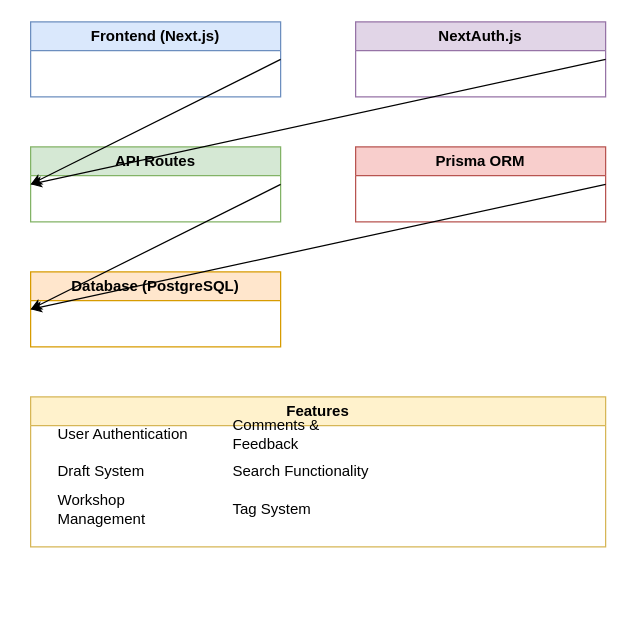
Earlier version of the draw.io diagram docs/architecture.drawio (mooncakeSG/The-Poetry-Network). Source tidied: cells renumbered, new cells numbered last; positions are measured from the earlier drawing's top-left corner, leaving out a move shared by most shapes. Both pictures are drawn from the tidied source at 125%, with x=0, y=0 at pixel (30, 21).
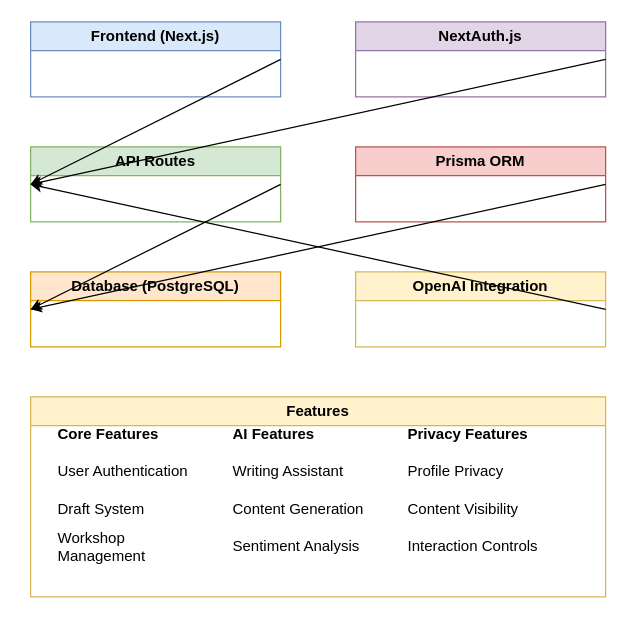
After the change.

Commit message:
docs: Update architecture diagram with AI features and privacy settings

The change refers to these unchanged cells:
```xml
<mxCell id="3" value="API Routes" style="swimlane;whiteSpace=wrap;html=1;fillColor=#d5e8d4;strokeColor=#82b366;" parent="1" vertex="1">
  <mxGeometry y="100" width="200" height="60" as="geometry" />
</mxCell>
```

What changed in the source:
```diff
@@
+    <mxCell id="18" value="OpenAI Integration" style="swimlane;whiteSpace=wrap;html=1;fillColor=#fff2cc;strokeColor=#d6b656;" parent="1" vertex="1">
+      <mxGeometry x="260" y="200" width="200" height="60" as="geometry" />
+    </mxCell>
@@
+    <mxCell id="19" style="endArrow=classic;html=1;rounded=0;exitX=1;exitY=0.5;entryX=0;entryY=0.5;" parent="1" edge="1" source="18" target="3">
+      <mxGeometry relative="1" as="geometry" />
+    </mxCell>
     <mxCell id="11" value="Features" style="swimlane;whiteSpace=wrap;html=1;fillColor=#fff2cc;strokeColor=#d6b656;" parent="1" vertex="1">
-      <mxGeometry y="300" width="460" height="120" as="geometry" />
+      <mxGeometry y="300" width="460" height="160" as="geometry" />
     </mxCell>
+    <mxCell id="20" value="Core Features" style="text;html=1;strokeColor=none;fillColor=none;align=left;verticalAlign=middle;whiteSpace=wrap;rounded=0;fontStyle=1;" parent="1" vertex="1">
+      <mxGeometry x="20" y="320" width="120" height="20" as="geometry" />
+    </mxCell>
     <mxCell id="12" value="User Authentication" style="text;html=1;strokeColor=none;fillColor=none;align=left;verticalAlign=middle;whiteSpace=wrap;rounded=0;" parent="1" vertex="1">
-      <mxGeometry x="20" y="320" width="120" height="20" as="geometry" />
+      <mxGeometry x="20" y="350" width="120" height="20" as="geometry" />
     </mxCell>
     <mxCell id="13" value="Draft System" style="text;html=1;strokeColor=none;fillColor=none;align=left;verticalAlign=middle;whiteSpace=wrap;rounded=0;" parent="1" vertex="1">
-      <mxGeometry x="20" y="350" width="120" height="20" as="geometry" />
+      <mxGeometry x="20" y="380" width="120" height="20" as="geometry" />
     </mxCell>
     <mxCell id="14" value="Workshop Management" style="text;html=1;strokeColor=none;fillColor=none;align=left;verticalAlign=middle;whiteSpace=wrap;rounded=0;" parent="1" vertex="1">
-      <mxGeometry x="20" y="380" width="120" height="20" as="geometry" />
+      <mxGeometry x="20" y="410" width="120" height="20" as="geometry" />
     </mxCell>
+    <mxCell id="21" value="AI Features" style="text;html=1;strokeColor=none;fillColor=none;align=left;verticalAlign=middle;whiteSpace=wrap;rounded=0;fontStyle=1;" parent="1" vertex="1">
+      <mxGeometry x="160" y="320" width="120" height="20" as="geometry" />
+    </mxCell>
-    <mxCell id="15" value="Comments &amp; Feedback" style="text;html=1;strokeColor=none;fillColor=none;align=left;verticalAlign=middle;whiteSpace=wrap;rounded=0;" parent="1" vertex="1">
-      <mxGeometry x="160" y="320" width="120" height="20" as="geometry" />
+    <mxCell id="15" value="Writing Assistant" style="text;html=1;strokeColor=none;fillColor=none;align=left;verticalAlign=middle;whiteSpace=wrap;rounded=0;" parent="1" vertex="1">
+      <mxGeometry x="160" y="350" width="120" height="20" as="geometry" />
     </mxCell>
-    <mxCell id="16" value="Search Functionality" style="text;html=1;strokeColor=none;fillColor=none;align=left;verticalAlign=middle;whiteSpace=wrap;rounded=0;" parent="1" vertex="1">
-      <mxGeometry x="160" y="350" width="120" height="20" as="geometry" />
+    <mxCell id="16" value="Content Generation" style="text;html=1;strokeColor=none;fillColor=none;align=left;verticalAlign=middle;whiteSpace=wrap;rounded=0;" parent="1" vertex="1">
+      <mxGeometry x="160" y="380" width="120" height="20" as="geometry" />
     </mxCell>
-    <mxCell id="17" value="Tag System" style="text;html=1;strokeColor=none;fillColor=none;align=left;verticalAlign=middle;whiteSpace=wrap;rounded=0;" parent="1" vertex="1">
-      <mxGeometry x="160" y="380" width="120" height="20" as="geometry" />
+    <mxCell id="17" value="Sentiment Analysis" style="text;html=1;strokeColor=none;fillColor=none;align=left;verticalAlign=middle;whiteSpace=wrap;rounded=0;" parent="1" vertex="1">
+      <mxGeometry x="160" y="410" width="120" height="20" as="geometry" />
     </mxCell>
+    <mxCell id="22" value="Privacy Features" style="text;html=1;strokeColor=none;fillColor=none;align=left;verticalAlign=middle;whiteSpace=wrap;rounded=0;fontStyle=1;" parent="1" vertex="1">
+      <mxGeometry x="300" y="320" width="120" height="20" as="geometry" />
+    </mxCell>
+    <mxCell id="23" value="Profile Privacy" style="text;html=1;strokeColor=none;fillColor=none;align=left;verticalAlign=middle;whiteSpace=wrap;rounded=0;" parent="1" vertex="1">
+      <mxGeometry x="300" y="350" width="120" height="20" as="geometry" />
+    </mxCell>
+    <mxCell id="24" value="Content Visibility" style="text;html=1;strokeColor=none;fillColor=none;align=left;verticalAlign=middle;whiteSpace=wrap;rounded=0;" parent="1" vertex="1">
+      <mxGeometry x="300" y="380" width="120" height="20" as="geometry" />
+    </mxCell>
+    <mxCell id="25" value="Interaction Controls" style="text;html=1;strokeColor=none;fillColor=none;align=left;verticalAlign=middle;whiteSpace=wrap;rounded=0;" parent="1" vertex="1">
+      <mxGeometry x="300" y="410" width="120" height="20" as="geometry" />
+    </mxCell>
```
